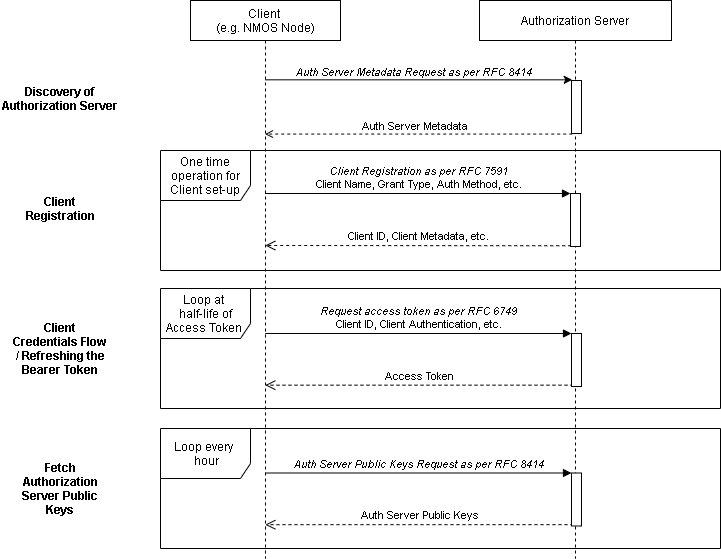
AMWA-TV/info-002 keeps this draw.io diagram as docs/images/client_credentials_flow.png. Above is the earlier version. Source tidied: cells renumbered, new cells last; positions are measured from the earlier drawing's top-left corner, leaving out a move shared by most shapes.
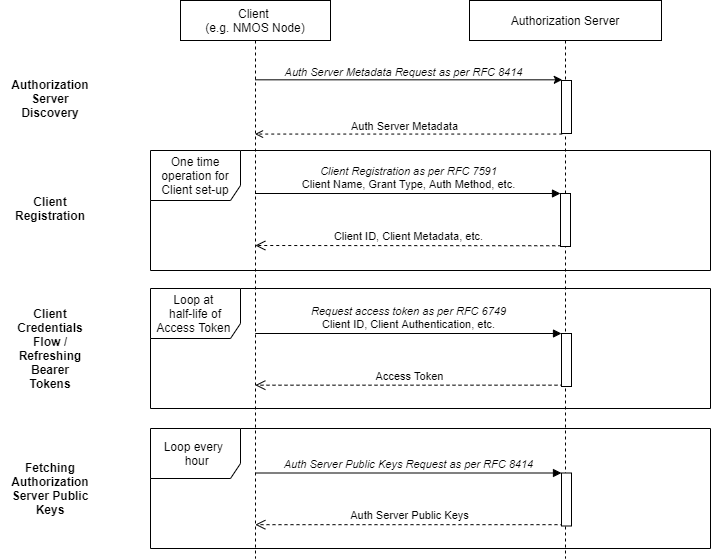
After the change.

Commit message:
Tweaked section headings for readability

Change to the diagram source:
```diff
@@ -56,14 +56,14 @@
         <mxPoint x="19.7" as="offset" />
       </mxGeometry>
     </mxCell>
-    <mxCell id="14" value="&lt;b&gt;Discovery of Authorization Server&lt;/b&gt;" style="text;html=1;strokeColor=none;fillColor=none;align=center;verticalAlign=middle;whiteSpace=wrap;rounded=0;" parent="1" vertex="1">
-      <mxGeometry y="58" width="120" height="80" as="geometry" />
+    <mxCell id="14" value="&lt;b&gt;Authorization Server Discovery&lt;/b&gt;" style="text;html=1;strokeColor=none;fillColor=none;align=center;verticalAlign=middle;whiteSpace=wrap;rounded=0;" parent="1" vertex="1">
+      <mxGeometry x="10" y="58" width="100" height="80" as="geometry" />
     </mxCell>
     <mxCell id="15" value="&lt;b&gt;Client Registration&lt;/b&gt;" style="text;html=1;strokeColor=none;fillColor=none;align=center;verticalAlign=middle;whiteSpace=wrap;rounded=0;" parent="1" vertex="1">
       <mxGeometry x="20" y="148" width="80" height="120" as="geometry" />
     </mxCell>
-    <mxCell id="16" value="&lt;b&gt;Client Credentials Flow / Refreshing the Bearer Token&lt;/b&gt;" style="text;html=1;strokeColor=none;fillColor=none;align=center;verticalAlign=middle;whiteSpace=wrap;rounded=0;" parent="1" vertex="1">
-      <mxGeometry x="10" y="288" width="100" height="120" as="geometry" />
+    <mxCell id="16" value="&lt;b&gt;Client Credentials Flow / Refreshing Bearer Tokens&lt;/b&gt;" style="text;html=1;strokeColor=none;fillColor=none;align=center;verticalAlign=middle;whiteSpace=wrap;rounded=0;" parent="1" vertex="1">
+      <mxGeometry x="20" y="288" width="80" height="120" as="geometry" />
     </mxCell>
     <mxCell id="17" value="Client &lt;br&gt;(e.g. NMOS Node)" style="shape=umlLifeline;perimeter=lifelinePerimeter;whiteSpace=wrap;html=1;" parent="1" vertex="1">
       <mxGeometry x="190" width="150" height="558" as="geometry" />
@@ -90,7 +90,7 @@
     <mxCell id="23" style="html=1;points=[];perimeter=orthogonalPerimeter;" parent="1" vertex="1">
       <mxGeometry x="571" y="472.5" width="10" height="53" as="geometry" />
     </mxCell>
-    <mxCell id="24" value="&lt;b&gt;Fetch Authorization Server Public Keys&lt;/b&gt;" style="text;html=1;strokeColor=none;fillColor=none;align=center;verticalAlign=middle;whiteSpace=wrap;rounded=0;" parent="1" vertex="1">
+    <mxCell id="24" value="&lt;b&gt;Fetching Authorization Server Public Keys&lt;/b&gt;" style="text;html=1;strokeColor=none;fillColor=none;align=center;verticalAlign=middle;whiteSpace=wrap;rounded=0;" parent="1" vertex="1">
       <mxGeometry x="10" y="428" width="100" height="120" as="geometry" />
     </mxCell>
   </root>
```
